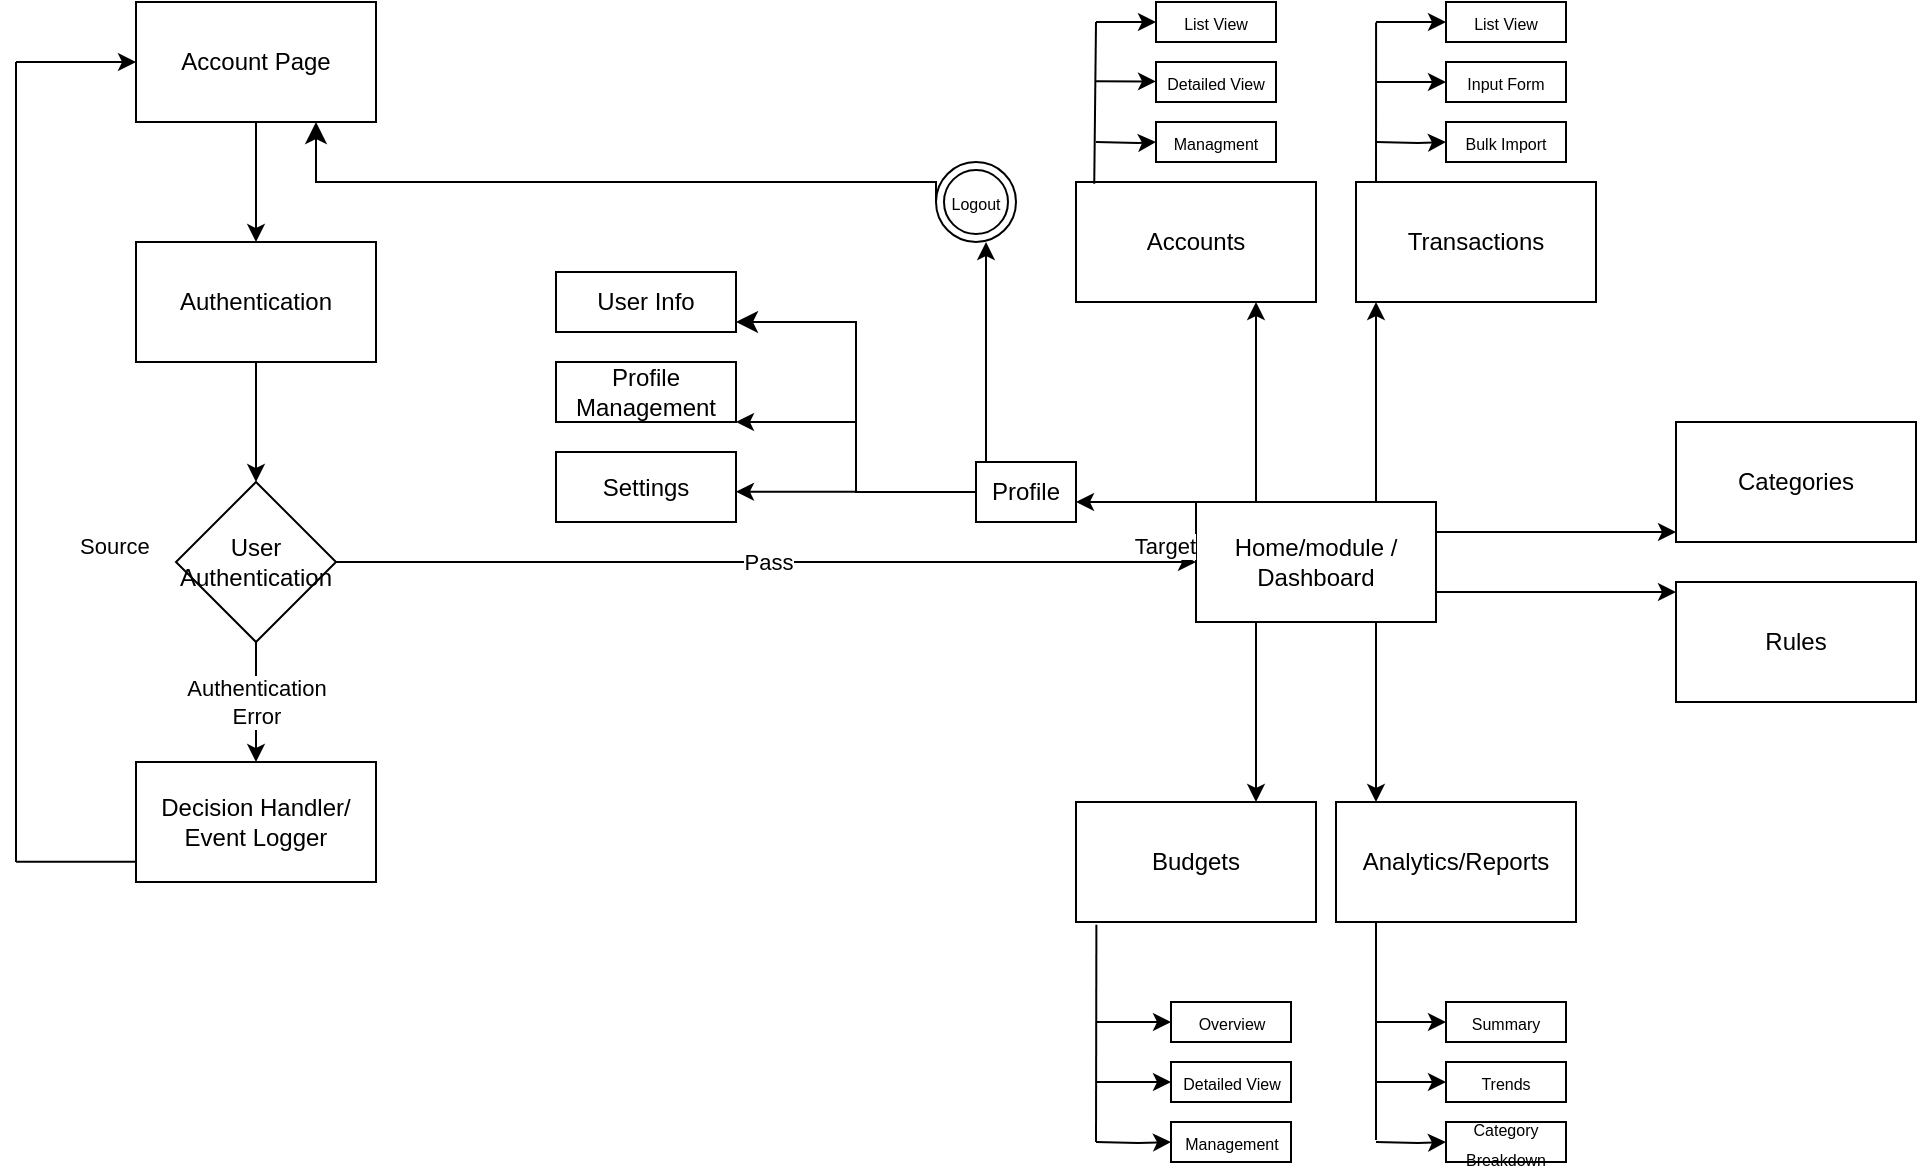
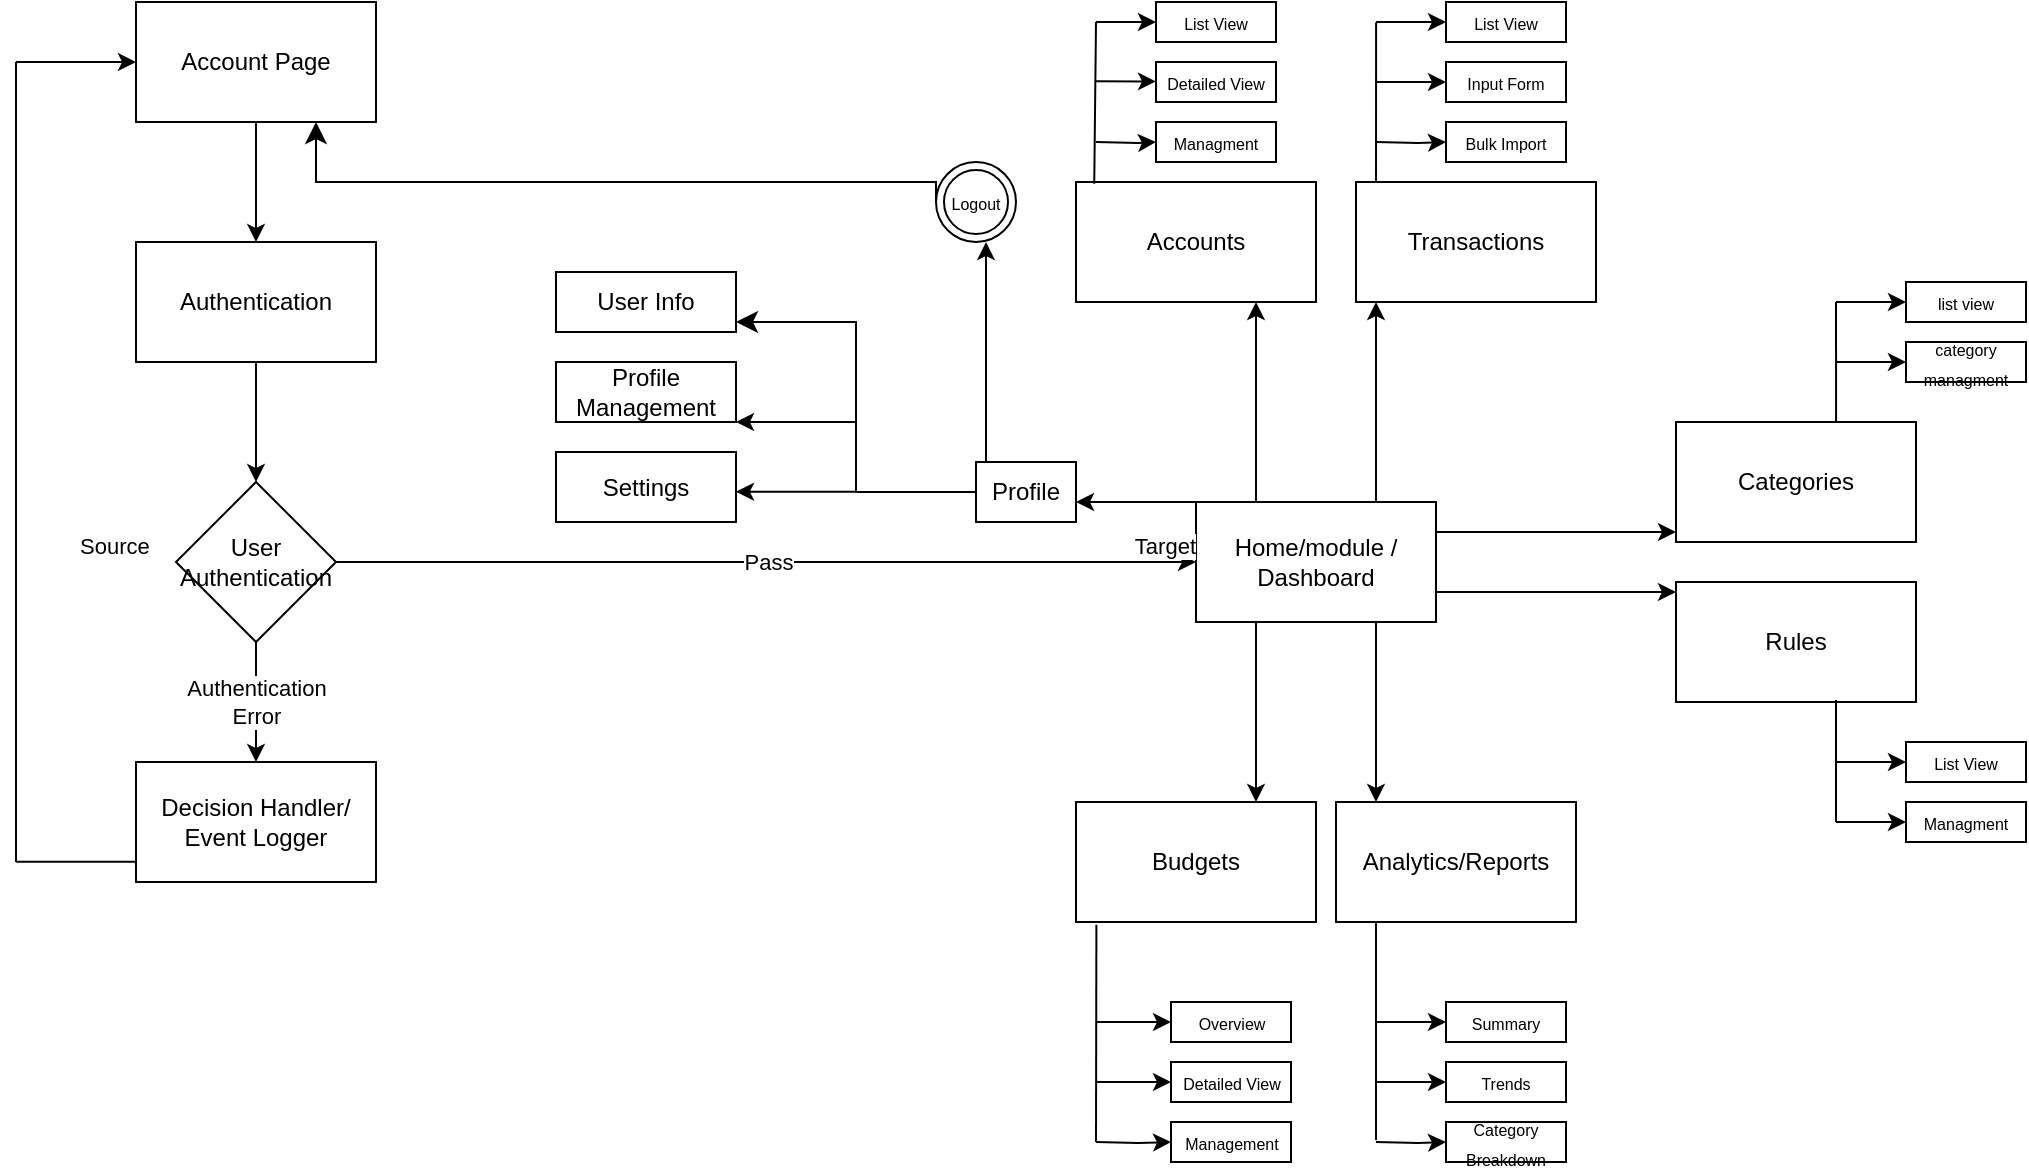
<mxfile host="app.diagrams.net" agent="Mozilla/5.0 (Windows NT 10.0; Win64; x64) AppleWebKit/537.36 (KHTML, like Gecko) Chrome/139.0.0.0 Safari/537.36" version="28.1.0">
  <diagram name="Page-1" id="GulApN4WPxvMzPRhlIXC">
    <mxGraphModel dx="1452" dy="316" grid="1" gridSize="10" guides="1" tooltips="1" connect="1" arrows="1" fold="1" page="1" pageScale="1" pageWidth="850" pageHeight="1100" math="0" shadow="0">
      <root>
        <mxCell id="0" />
        <mxCell id="1" parent="0" />
        <mxCell id="rlmv7btFgNykXjglH9dx-1" value="Account Page" style="rounded=0;whiteSpace=wrap;html=1;" parent="1" vertex="1">
          <mxGeometry x="-250" y="80" width="120" height="60" as="geometry" />
        </mxCell>
        <mxCell id="rlmv7btFgNykXjglH9dx-2" value="" style="endArrow=classic;html=1;rounded=0;exitX=0.5;exitY=1;exitDx=0;exitDy=0;entryX=0.5;entryY=0;entryDx=0;entryDy=0;" parent="1" source="rlmv7btFgNykXjglH9dx-1" target="rlmv7btFgNykXjglH9dx-4" edge="1">
          <mxGeometry width="50" height="50" relative="1" as="geometry">
            <mxPoint x="-180" y="150" as="sourcePoint" />
            <mxPoint x="-30" y="110" as="targetPoint" />
          </mxGeometry>
        </mxCell>
        <mxCell id="rlmv7btFgNykXjglH9dx-4" value="Authentication" style="rounded=0;whiteSpace=wrap;html=1;" parent="1" vertex="1">
          <mxGeometry x="-250" y="200" width="120" height="60" as="geometry" />
        </mxCell>
        <mxCell id="rlmv7btFgNykXjglH9dx-6" value="User Authentication" style="rhombus;whiteSpace=wrap;html=1;" parent="1" vertex="1">
          <mxGeometry x="-230" y="320" width="80" height="80" as="geometry" />
        </mxCell>
        <mxCell id="rlmv7btFgNykXjglH9dx-7" value="" style="endArrow=classic;html=1;rounded=0;exitX=0.5;exitY=1;exitDx=0;exitDy=0;" parent="1" source="rlmv7btFgNykXjglH9dx-4" target="rlmv7btFgNykXjglH9dx-6" edge="1">
          <mxGeometry width="50" height="50" relative="1" as="geometry">
            <mxPoint x="-190" y="280" as="sourcePoint" />
            <mxPoint x="-140" y="230" as="targetPoint" />
          </mxGeometry>
        </mxCell>
        <mxCell id="rlmv7btFgNykXjglH9dx-11" value="Home/module / Dashboard" style="rounded=0;whiteSpace=wrap;html=1;" parent="1" vertex="1">
          <mxGeometry x="280" y="330" width="120" height="60" as="geometry" />
        </mxCell>
        <mxCell id="rlmv7btFgNykXjglH9dx-12" value="Pass" style="endArrow=classic;html=1;rounded=0;entryX=0;entryY=0.5;entryDx=0;entryDy=0;exitX=1;exitY=0.5;exitDx=0;exitDy=0;" parent="1" target="rlmv7btFgNykXjglH9dx-11" edge="1" source="rlmv7btFgNykXjglH9dx-6">
          <mxGeometry x="0.0033" relative="1" as="geometry">
            <mxPoint x="120" y="360" as="sourcePoint" />
            <mxPoint x="240" y="360" as="targetPoint" />
            <mxPoint as="offset" />
          </mxGeometry>
        </mxCell>
        <mxCell id="rlmv7btFgNykXjglH9dx-14" value="Source" style="edgeLabel;resizable=0;html=1;;align=left;verticalAlign=bottom;" parent="rlmv7btFgNykXjglH9dx-12" connectable="0" vertex="1">
          <mxGeometry x="-1" relative="1" as="geometry">
            <mxPoint x="-130" as="offset" />
          </mxGeometry>
        </mxCell>
        <mxCell id="rlmv7btFgNykXjglH9dx-15" value="Target" style="edgeLabel;resizable=0;html=1;;align=right;verticalAlign=bottom;" parent="rlmv7btFgNykXjglH9dx-12" connectable="0" vertex="1">
          <mxGeometry x="1" relative="1" as="geometry" />
        </mxCell>
        <mxCell id="rlmv7btFgNykXjglH9dx-16" value="Decision Handler/ Event Logger" style="rounded=0;whiteSpace=wrap;html=1;" parent="1" vertex="1">
          <mxGeometry x="-250" y="460" width="120" height="60" as="geometry" />
        </mxCell>
        <mxCell id="rlmv7btFgNykXjglH9dx-18" value="" style="endArrow=classic;html=1;rounded=0;exitX=0.5;exitY=1;exitDx=0;exitDy=0;entryX=0.5;entryY=0;entryDx=0;entryDy=0;" parent="1" source="rlmv7btFgNykXjglH9dx-6" target="rlmv7btFgNykXjglH9dx-16" edge="1">
          <mxGeometry relative="1" as="geometry">
            <mxPoint x="-30" y="450" as="sourcePoint" />
            <mxPoint x="130" y="450" as="targetPoint" />
          </mxGeometry>
        </mxCell>
        <mxCell id="rlmv7btFgNykXjglH9dx-19" value="Authentication&lt;div&gt;Error&lt;/div&gt;" style="edgeLabel;resizable=0;html=1;;align=center;verticalAlign=middle;" parent="rlmv7btFgNykXjglH9dx-18" connectable="0" vertex="1">
          <mxGeometry relative="1" as="geometry" />
        </mxCell>
        <mxCell id="rlmv7btFgNykXjglH9dx-24" value="" style="endArrow=classic;html=1;rounded=0;entryX=0;entryY=0.5;entryDx=0;entryDy=0;" parent="1" target="rlmv7btFgNykXjglH9dx-1" edge="1">
          <mxGeometry width="50" height="50" relative="1" as="geometry">
            <mxPoint x="-310" y="110" as="sourcePoint" />
            <mxPoint x="-50" y="240" as="targetPoint" />
          </mxGeometry>
        </mxCell>
        <mxCell id="rlmv7btFgNykXjglH9dx-26" value="" style="endArrow=none;html=1;rounded=0;" parent="1" edge="1">
          <mxGeometry width="50" height="50" relative="1" as="geometry">
            <mxPoint x="-310" y="110" as="sourcePoint" />
            <mxPoint x="-310" y="510" as="targetPoint" />
          </mxGeometry>
        </mxCell>
        <mxCell id="rlmv7btFgNykXjglH9dx-28" value="" style="endArrow=none;html=1;rounded=0;" parent="1" edge="1">
          <mxGeometry width="50" height="50" relative="1" as="geometry">
            <mxPoint x="-310" y="509.86" as="sourcePoint" />
            <mxPoint x="-250" y="509.86" as="targetPoint" />
          </mxGeometry>
        </mxCell>
        <mxCell id="tjxwa1OgpTy0bqbMmFWm-2" value="" style="endArrow=classic;html=1;rounded=0;exitX=0.25;exitY=0;exitDx=0;exitDy=0;entryX=0.75;entryY=1;entryDx=0;entryDy=0;" edge="1" parent="1" source="rlmv7btFgNykXjglH9dx-11" target="tjxwa1OgpTy0bqbMmFWm-3">
          <mxGeometry width="50" height="50" relative="1" as="geometry">
            <mxPoint x="320" y="310" as="sourcePoint" />
            <mxPoint x="340" y="240" as="targetPoint" />
            <Array as="points" />
          </mxGeometry>
        </mxCell>
        <mxCell id="tjxwa1OgpTy0bqbMmFWm-3" value="Accounts" style="rounded=0;whiteSpace=wrap;html=1;" vertex="1" parent="1">
          <mxGeometry x="220" y="170" width="120" height="60" as="geometry" />
        </mxCell>
        <mxCell id="tjxwa1OgpTy0bqbMmFWm-4" value="Budgets" style="rounded=0;whiteSpace=wrap;html=1;" vertex="1" parent="1">
          <mxGeometry x="220" y="480" width="120" height="60" as="geometry" />
        </mxCell>
        <mxCell id="tjxwa1OgpTy0bqbMmFWm-5" value="" style="endArrow=classic;html=1;rounded=0;exitX=0.25;exitY=1;exitDx=0;exitDy=0;entryX=0.75;entryY=0;entryDx=0;entryDy=0;" edge="1" parent="1" source="rlmv7btFgNykXjglH9dx-11" target="tjxwa1OgpTy0bqbMmFWm-4">
          <mxGeometry width="50" height="50" relative="1" as="geometry">
            <mxPoint x="350" y="450" as="sourcePoint" />
            <mxPoint x="280" y="470" as="targetPoint" />
          </mxGeometry>
        </mxCell>
        <mxCell id="tjxwa1OgpTy0bqbMmFWm-6" value="" style="endArrow=classic;html=1;rounded=0;exitX=1;exitY=0.25;exitDx=0;exitDy=0;" edge="1" parent="1" source="rlmv7btFgNykXjglH9dx-11">
          <mxGeometry width="50" height="50" relative="1" as="geometry">
            <mxPoint x="460" y="350" as="sourcePoint" />
            <mxPoint x="520" y="345" as="targetPoint" />
          </mxGeometry>
        </mxCell>
        <mxCell id="tjxwa1OgpTy0bqbMmFWm-7" value="" style="endArrow=classic;html=1;rounded=0;exitX=0.75;exitY=1;exitDx=0;exitDy=0;" edge="1" parent="1" source="rlmv7btFgNykXjglH9dx-11">
          <mxGeometry width="50" height="50" relative="1" as="geometry">
            <mxPoint x="470" y="420" as="sourcePoint" />
            <mxPoint x="370" y="480" as="targetPoint" />
          </mxGeometry>
        </mxCell>
        <mxCell id="tjxwa1OgpTy0bqbMmFWm-8" value="Analytics/Reports" style="rounded=0;whiteSpace=wrap;html=1;" vertex="1" parent="1">
          <mxGeometry x="350" y="480" width="120" height="60" as="geometry" />
        </mxCell>
        <mxCell id="tjxwa1OgpTy0bqbMmFWm-9" value="Categories" style="rounded=0;whiteSpace=wrap;html=1;" vertex="1" parent="1">
          <mxGeometry x="520" y="290" width="120" height="60" as="geometry" />
        </mxCell>
        <mxCell id="tjxwa1OgpTy0bqbMmFWm-10" value="" style="endArrow=classic;html=1;rounded=0;exitX=1;exitY=0.75;exitDx=0;exitDy=0;" edge="1" parent="1" source="rlmv7btFgNykXjglH9dx-11">
          <mxGeometry width="50" height="50" relative="1" as="geometry">
            <mxPoint x="480" y="430" as="sourcePoint" />
            <mxPoint x="520" y="375" as="targetPoint" />
          </mxGeometry>
        </mxCell>
        <mxCell id="tjxwa1OgpTy0bqbMmFWm-11" value="Rules" style="rounded=0;whiteSpace=wrap;html=1;" vertex="1" parent="1">
          <mxGeometry x="520" y="370" width="120" height="60" as="geometry" />
        </mxCell>
        <mxCell id="tjxwa1OgpTy0bqbMmFWm-12" value="" style="endArrow=classic;html=1;rounded=0;exitX=0.75;exitY=0;exitDx=0;exitDy=0;" edge="1" parent="1" source="rlmv7btFgNykXjglH9dx-11">
          <mxGeometry width="50" height="50" relative="1" as="geometry">
            <mxPoint x="380" y="310" as="sourcePoint" />
            <mxPoint x="370" y="230" as="targetPoint" />
          </mxGeometry>
        </mxCell>
        <mxCell id="tjxwa1OgpTy0bqbMmFWm-13" value="Transactions" style="rounded=0;whiteSpace=wrap;html=1;" vertex="1" parent="1">
          <mxGeometry x="360" y="170" width="120" height="60" as="geometry" />
        </mxCell>
        <mxCell id="tjxwa1OgpTy0bqbMmFWm-15" value="" style="endArrow=classic;html=1;rounded=0;exitX=0;exitY=0;exitDx=0;exitDy=0;" edge="1" parent="1" source="rlmv7btFgNykXjglH9dx-11">
          <mxGeometry width="50" height="50" relative="1" as="geometry">
            <mxPoint x="180" y="310" as="sourcePoint" />
            <mxPoint x="220" y="330" as="targetPoint" />
          </mxGeometry>
        </mxCell>
        <mxCell id="tjxwa1OgpTy0bqbMmFWm-16" value="Profile" style="rounded=0;whiteSpace=wrap;html=1;" vertex="1" parent="1">
          <mxGeometry x="170" y="310" width="50" height="30" as="geometry" />
        </mxCell>
        <mxCell id="tjxwa1OgpTy0bqbMmFWm-17" value="" style="endArrow=classic;html=1;rounded=0;exitX=0.5;exitY=0;exitDx=0;exitDy=0;" edge="1" parent="1">
          <mxGeometry width="50" height="50" relative="1" as="geometry">
            <mxPoint x="175" y="310" as="sourcePoint" />
            <mxPoint x="175" y="200" as="targetPoint" />
          </mxGeometry>
        </mxCell>
        <mxCell id="tjxwa1OgpTy0bqbMmFWm-18" value="&lt;font style=&quot;font-size: 8px;&quot;&gt;Logout&lt;/font&gt;" style="ellipse;shape=doubleEllipse;whiteSpace=wrap;html=1;aspect=fixed;" vertex="1" parent="1">
          <mxGeometry x="150" y="160" width="40" height="40" as="geometry" />
        </mxCell>
        <mxCell id="tjxwa1OgpTy0bqbMmFWm-20" value="" style="edgeStyle=elbowEdgeStyle;elbow=vertical;endArrow=classic;html=1;curved=0;rounded=0;endSize=8;startSize=8;entryX=0.75;entryY=1;entryDx=0;entryDy=0;exitX=0;exitY=0.5;exitDx=0;exitDy=0;" edge="1" parent="1" source="tjxwa1OgpTy0bqbMmFWm-18" target="rlmv7btFgNykXjglH9dx-1">
          <mxGeometry width="50" height="50" relative="1" as="geometry">
            <mxPoint x="190" y="160" as="sourcePoint" />
            <mxPoint x="240" y="110" as="targetPoint" />
            <Array as="points">
              <mxPoint x="10" y="170" />
            </Array>
          </mxGeometry>
        </mxCell>
        <mxCell id="tjxwa1OgpTy0bqbMmFWm-25" value="" style="edgeStyle=elbowEdgeStyle;elbow=horizontal;endArrow=classic;html=1;curved=0;rounded=0;endSize=8;startSize=8;exitX=0;exitY=0.5;exitDx=0;exitDy=0;" edge="1" parent="1" source="tjxwa1OgpTy0bqbMmFWm-16">
          <mxGeometry width="50" height="50" relative="1" as="geometry">
            <mxPoint x="110" y="330" as="sourcePoint" />
            <mxPoint x="50" y="240" as="targetPoint" />
          </mxGeometry>
        </mxCell>
        <mxCell id="tjxwa1OgpTy0bqbMmFWm-29" value="" style="endArrow=classic;html=1;rounded=0;" edge="1" parent="1">
          <mxGeometry width="50" height="50" relative="1" as="geometry">
            <mxPoint x="110" y="290" as="sourcePoint" />
            <mxPoint x="50" y="290" as="targetPoint" />
          </mxGeometry>
        </mxCell>
        <mxCell id="tjxwa1OgpTy0bqbMmFWm-30" value="User Info" style="rounded=0;whiteSpace=wrap;html=1;" vertex="1" parent="1">
          <mxGeometry x="-40" y="215" width="90" height="30" as="geometry" />
        </mxCell>
        <mxCell id="tjxwa1OgpTy0bqbMmFWm-31" value="Profile Management" style="rounded=0;whiteSpace=wrap;html=1;" vertex="1" parent="1">
          <mxGeometry x="-40" y="260" width="90" height="30" as="geometry" />
        </mxCell>
        <mxCell id="tjxwa1OgpTy0bqbMmFWm-32" value="" style="endArrow=classic;html=1;rounded=0;" edge="1" parent="1">
          <mxGeometry width="50" height="50" relative="1" as="geometry">
            <mxPoint x="110" y="324.82" as="sourcePoint" />
            <mxPoint x="50" y="324.82" as="targetPoint" />
            <Array as="points" />
          </mxGeometry>
        </mxCell>
        <mxCell id="tjxwa1OgpTy0bqbMmFWm-33" value="Settings" style="rounded=0;whiteSpace=wrap;html=1;" vertex="1" parent="1">
          <mxGeometry x="-40" y="305" width="90" height="35" as="geometry" />
        </mxCell>
        <mxCell id="tjxwa1OgpTy0bqbMmFWm-39" value="" style="endArrow=none;html=1;rounded=0;exitX=0.076;exitY=0.014;exitDx=0;exitDy=0;exitPerimeter=0;" edge="1" parent="1" source="tjxwa1OgpTy0bqbMmFWm-3">
          <mxGeometry width="50" height="50" relative="1" as="geometry">
            <mxPoint x="230" y="140" as="sourcePoint" />
            <mxPoint x="230" y="90" as="targetPoint" />
          </mxGeometry>
        </mxCell>
        <mxCell id="tjxwa1OgpTy0bqbMmFWm-40" value="" style="endArrow=classic;html=1;rounded=0;" edge="1" parent="1" source="tjxwa1OgpTy0bqbMmFWm-41">
          <mxGeometry width="50" height="50" relative="1" as="geometry">
            <mxPoint x="230" y="90" as="sourcePoint" />
            <mxPoint x="280" y="90" as="targetPoint" />
            <Array as="points" />
          </mxGeometry>
        </mxCell>
        <mxCell id="tjxwa1OgpTy0bqbMmFWm-42" value="&lt;font style=&quot;font-size: 8px;&quot;&gt;Detailed View&lt;/font&gt;" style="rounded=0;whiteSpace=wrap;html=1;" vertex="1" parent="1">
          <mxGeometry x="260" y="110" width="60" height="20" as="geometry" />
        </mxCell>
        <mxCell id="tjxwa1OgpTy0bqbMmFWm-45" style="edgeStyle=orthogonalEdgeStyle;rounded=0;orthogonalLoop=1;jettySize=auto;html=1;" edge="1" parent="1" target="tjxwa1OgpTy0bqbMmFWm-44">
          <mxGeometry relative="1" as="geometry">
            <mxPoint x="230" y="150" as="sourcePoint" />
          </mxGeometry>
        </mxCell>
        <mxCell id="tjxwa1OgpTy0bqbMmFWm-44" value="&lt;font style=&quot;font-size: 8px;&quot;&gt;Managment&lt;/font&gt;" style="rounded=0;whiteSpace=wrap;html=1;" vertex="1" parent="1">
          <mxGeometry x="260" y="140" width="60" height="20" as="geometry" />
        </mxCell>
        <mxCell id="tjxwa1OgpTy0bqbMmFWm-47" style="edgeStyle=orthogonalEdgeStyle;rounded=0;orthogonalLoop=1;jettySize=auto;html=1;" edge="1" parent="1">
          <mxGeometry relative="1" as="geometry">
            <mxPoint x="260" y="120" as="targetPoint" />
            <mxPoint x="230" y="119.66" as="sourcePoint" />
          </mxGeometry>
        </mxCell>
        <mxCell id="tjxwa1OgpTy0bqbMmFWm-49" value="" style="endArrow=classic;html=1;rounded=0;" edge="1" parent="1" target="tjxwa1OgpTy0bqbMmFWm-41">
          <mxGeometry width="50" height="50" relative="1" as="geometry">
            <mxPoint x="230" y="90" as="sourcePoint" />
            <mxPoint x="280" y="90" as="targetPoint" />
            <Array as="points" />
          </mxGeometry>
        </mxCell>
        <mxCell id="tjxwa1OgpTy0bqbMmFWm-41" value="&lt;font style=&quot;font-size: 8px;&quot;&gt;List View&lt;/font&gt;" style="rounded=0;whiteSpace=wrap;html=1;" vertex="1" parent="1">
          <mxGeometry x="260" y="80" width="60" height="20" as="geometry" />
        </mxCell>
        <mxCell id="tjxwa1OgpTy0bqbMmFWm-65" value="" style="endArrow=classic;html=1;rounded=0;" edge="1" parent="1" source="tjxwa1OgpTy0bqbMmFWm-71">
          <mxGeometry width="50" height="50" relative="1" as="geometry">
            <mxPoint x="375" y="90" as="sourcePoint" />
            <mxPoint x="425" y="90" as="targetPoint" />
            <Array as="points" />
          </mxGeometry>
        </mxCell>
        <mxCell id="tjxwa1OgpTy0bqbMmFWm-66" value="&lt;font style=&quot;font-size: 8px;&quot;&gt;Input Form&lt;/font&gt;" style="rounded=0;whiteSpace=wrap;html=1;" vertex="1" parent="1">
          <mxGeometry x="405" y="110" width="60" height="20" as="geometry" />
        </mxCell>
        <mxCell id="tjxwa1OgpTy0bqbMmFWm-67" style="edgeStyle=orthogonalEdgeStyle;rounded=0;orthogonalLoop=1;jettySize=auto;html=1;" edge="1" parent="1" target="tjxwa1OgpTy0bqbMmFWm-68">
          <mxGeometry relative="1" as="geometry">
            <mxPoint x="370" y="150" as="sourcePoint" />
          </mxGeometry>
        </mxCell>
        <mxCell id="tjxwa1OgpTy0bqbMmFWm-68" value="&lt;font style=&quot;font-size: 8px;&quot;&gt;Bulk Import&lt;/font&gt;" style="rounded=0;whiteSpace=wrap;html=1;" vertex="1" parent="1">
          <mxGeometry x="405" y="140" width="60" height="20" as="geometry" />
        </mxCell>
        <mxCell id="tjxwa1OgpTy0bqbMmFWm-69" style="edgeStyle=orthogonalEdgeStyle;rounded=0;orthogonalLoop=1;jettySize=auto;html=1;" edge="1" parent="1">
          <mxGeometry relative="1" as="geometry">
            <mxPoint x="405" y="120" as="targetPoint" />
            <mxPoint x="370" y="120" as="sourcePoint" />
          </mxGeometry>
        </mxCell>
        <mxCell id="tjxwa1OgpTy0bqbMmFWm-70" value="" style="endArrow=classic;html=1;rounded=0;" edge="1" parent="1" target="tjxwa1OgpTy0bqbMmFWm-71">
          <mxGeometry width="50" height="50" relative="1" as="geometry">
            <mxPoint x="370" y="90" as="sourcePoint" />
            <mxPoint x="425" y="90" as="targetPoint" />
            <Array as="points" />
          </mxGeometry>
        </mxCell>
        <mxCell id="tjxwa1OgpTy0bqbMmFWm-71" value="&lt;font style=&quot;font-size: 8px;&quot;&gt;List View&lt;/font&gt;" style="rounded=0;whiteSpace=wrap;html=1;" vertex="1" parent="1">
          <mxGeometry x="405" y="80" width="60" height="20" as="geometry" />
        </mxCell>
        <mxCell id="tjxwa1OgpTy0bqbMmFWm-72" value="" style="endArrow=none;html=1;rounded=0;exitX=0.108;exitY=-0.004;exitDx=0;exitDy=0;exitPerimeter=0;" edge="1" parent="1">
          <mxGeometry width="50" height="50" relative="1" as="geometry">
            <mxPoint x="370.00000000000006" y="170.00000000000003" as="sourcePoint" />
            <mxPoint x="370.04" y="90.24" as="targetPoint" />
            <Array as="points">
              <mxPoint x="370.04" y="110.24" />
            </Array>
          </mxGeometry>
        </mxCell>
        <mxCell id="tjxwa1OgpTy0bqbMmFWm-73" value="" style="endArrow=classic;html=1;rounded=0;" edge="1" parent="1" source="tjxwa1OgpTy0bqbMmFWm-79">
          <mxGeometry width="50" height="50" relative="1" as="geometry">
            <mxPoint x="237.5" y="590" as="sourcePoint" />
            <mxPoint x="287.5" y="590" as="targetPoint" />
            <Array as="points" />
          </mxGeometry>
        </mxCell>
        <mxCell id="tjxwa1OgpTy0bqbMmFWm-74" value="&lt;font style=&quot;font-size: 8px;&quot;&gt;Detailed View&lt;/font&gt;" style="rounded=0;whiteSpace=wrap;html=1;" vertex="1" parent="1">
          <mxGeometry x="267.5" y="610" width="60" height="20" as="geometry" />
        </mxCell>
        <mxCell id="tjxwa1OgpTy0bqbMmFWm-75" style="edgeStyle=orthogonalEdgeStyle;rounded=0;orthogonalLoop=1;jettySize=auto;html=1;" edge="1" parent="1" target="tjxwa1OgpTy0bqbMmFWm-76">
          <mxGeometry relative="1" as="geometry">
            <mxPoint x="230" y="650" as="sourcePoint" />
          </mxGeometry>
        </mxCell>
        <mxCell id="tjxwa1OgpTy0bqbMmFWm-76" value="&lt;span style=&quot;font-size: 8px;&quot;&gt;Management&lt;/span&gt;" style="rounded=0;whiteSpace=wrap;html=1;" vertex="1" parent="1">
          <mxGeometry x="267.5" y="640" width="60" height="20" as="geometry" />
        </mxCell>
        <mxCell id="tjxwa1OgpTy0bqbMmFWm-77" style="edgeStyle=orthogonalEdgeStyle;rounded=0;orthogonalLoop=1;jettySize=auto;html=1;" edge="1" parent="1">
          <mxGeometry relative="1" as="geometry">
            <mxPoint x="267.5" y="620" as="targetPoint" />
            <mxPoint x="230" y="620" as="sourcePoint" />
          </mxGeometry>
        </mxCell>
        <mxCell id="tjxwa1OgpTy0bqbMmFWm-78" value="" style="endArrow=classic;html=1;rounded=0;" edge="1" parent="1" target="tjxwa1OgpTy0bqbMmFWm-79">
          <mxGeometry width="50" height="50" relative="1" as="geometry">
            <mxPoint x="230" y="590" as="sourcePoint" />
            <mxPoint x="287.5" y="590" as="targetPoint" />
            <Array as="points" />
          </mxGeometry>
        </mxCell>
        <mxCell id="tjxwa1OgpTy0bqbMmFWm-79" value="&lt;font style=&quot;font-size: 8px;&quot;&gt;Overview&lt;/font&gt;" style="rounded=0;whiteSpace=wrap;html=1;" vertex="1" parent="1">
          <mxGeometry x="267.5" y="580" width="60" height="20" as="geometry" />
        </mxCell>
        <mxCell id="tjxwa1OgpTy0bqbMmFWm-80" value="" style="endArrow=classic;html=1;rounded=0;" edge="1" parent="1" source="tjxwa1OgpTy0bqbMmFWm-86">
          <mxGeometry width="50" height="50" relative="1" as="geometry">
            <mxPoint x="375" y="590" as="sourcePoint" />
            <mxPoint x="425" y="590" as="targetPoint" />
            <Array as="points" />
          </mxGeometry>
        </mxCell>
        <mxCell id="tjxwa1OgpTy0bqbMmFWm-81" value="&lt;font style=&quot;font-size: 8px;&quot;&gt;Trends&lt;/font&gt;" style="rounded=0;whiteSpace=wrap;html=1;" vertex="1" parent="1">
          <mxGeometry x="405" y="610" width="60" height="20" as="geometry" />
        </mxCell>
        <mxCell id="tjxwa1OgpTy0bqbMmFWm-82" style="edgeStyle=orthogonalEdgeStyle;rounded=0;orthogonalLoop=1;jettySize=auto;html=1;" edge="1" parent="1" target="tjxwa1OgpTy0bqbMmFWm-83">
          <mxGeometry relative="1" as="geometry">
            <mxPoint x="370" y="650" as="sourcePoint" />
          </mxGeometry>
        </mxCell>
        <mxCell id="tjxwa1OgpTy0bqbMmFWm-83" value="&lt;font style=&quot;font-size: 8px;&quot;&gt;Category Breakdown&lt;/font&gt;" style="rounded=0;whiteSpace=wrap;html=1;" vertex="1" parent="1">
          <mxGeometry x="405" y="640" width="60" height="20" as="geometry" />
        </mxCell>
        <mxCell id="tjxwa1OgpTy0bqbMmFWm-84" style="edgeStyle=orthogonalEdgeStyle;rounded=0;orthogonalLoop=1;jettySize=auto;html=1;" edge="1" parent="1">
          <mxGeometry relative="1" as="geometry">
            <mxPoint x="405" y="620" as="targetPoint" />
            <mxPoint x="370" y="620" as="sourcePoint" />
          </mxGeometry>
        </mxCell>
        <mxCell id="tjxwa1OgpTy0bqbMmFWm-85" value="" style="endArrow=classic;html=1;rounded=0;" edge="1" parent="1" target="tjxwa1OgpTy0bqbMmFWm-86">
          <mxGeometry width="50" height="50" relative="1" as="geometry">
            <mxPoint x="370" y="590" as="sourcePoint" />
            <mxPoint x="425" y="590" as="targetPoint" />
            <Array as="points" />
          </mxGeometry>
        </mxCell>
        <mxCell id="tjxwa1OgpTy0bqbMmFWm-86" value="&lt;font style=&quot;font-size: 8px;&quot;&gt;Summary&lt;/font&gt;" style="rounded=0;whiteSpace=wrap;html=1;" vertex="1" parent="1">
          <mxGeometry x="405" y="580" width="60" height="20" as="geometry" />
        </mxCell>
        <mxCell id="tjxwa1OgpTy0bqbMmFWm-87" value="" style="endArrow=none;html=1;rounded=0;entryX=0.085;entryY=1.023;entryDx=0;entryDy=0;entryPerimeter=0;" edge="1" parent="1" target="tjxwa1OgpTy0bqbMmFWm-4">
          <mxGeometry width="50" height="50" relative="1" as="geometry">
            <mxPoint x="230" y="650" as="sourcePoint" />
            <mxPoint x="250" y="580" as="targetPoint" />
          </mxGeometry>
        </mxCell>
        <mxCell id="tjxwa1OgpTy0bqbMmFWm-88" value="" style="endArrow=none;html=1;rounded=0;entryX=0.085;entryY=1.023;entryDx=0;entryDy=0;entryPerimeter=0;" edge="1" parent="1">
          <mxGeometry width="50" height="50" relative="1" as="geometry">
            <mxPoint x="370" y="649" as="sourcePoint" />
            <mxPoint x="370" y="540" as="targetPoint" />
          </mxGeometry>
        </mxCell>
+         <mxCell id="tjxwa1OgpTy0bqbMmFWm-89" value="" style="endArrow=classic;html=1;rounded=0;" edge="1" parent="1" source="tjxwa1OgpTy0bqbMmFWm-95">
+           <mxGeometry width="50" height="50" relative="1" as="geometry">
+             <mxPoint x="605" y="230" as="sourcePoint" />
+             <mxPoint x="655" y="230" as="targetPoint" />
+             <Array as="points" />
+           </mxGeometry>
+         </mxCell>
+         <mxCell id="tjxwa1OgpTy0bqbMmFWm-90" value="&lt;font style=&quot;font-size: 8px;&quot;&gt;category managment&lt;/font&gt;" style="rounded=0;whiteSpace=wrap;html=1;" vertex="1" parent="1">
+           <mxGeometry x="635" y="250" width="60" height="20" as="geometry" />
+         </mxCell>
+         <mxCell id="tjxwa1OgpTy0bqbMmFWm-93" style="edgeStyle=orthogonalEdgeStyle;rounded=0;orthogonalLoop=1;jettySize=auto;html=1;" edge="1" parent="1">
+           <mxGeometry relative="1" as="geometry">
+             <mxPoint x="635" y="260" as="targetPoint" />
+             <mxPoint x="600" y="260" as="sourcePoint" />
+           </mxGeometry>
+         </mxCell>
+         <mxCell id="tjxwa1OgpTy0bqbMmFWm-94" value="" style="endArrow=classic;html=1;rounded=0;" edge="1" parent="1" target="tjxwa1OgpTy0bqbMmFWm-95">
+           <mxGeometry width="50" height="50" relative="1" as="geometry">
+             <mxPoint x="600" y="230" as="sourcePoint" />
+             <mxPoint x="655" y="230" as="targetPoint" />
+             <Array as="points" />
+           </mxGeometry>
+         </mxCell>
+         <mxCell id="tjxwa1OgpTy0bqbMmFWm-95" value="&lt;font style=&quot;font-size: 8px;&quot;&gt;list view&lt;/font&gt;" style="rounded=0;whiteSpace=wrap;html=1;" vertex="1" parent="1">
+           <mxGeometry x="635" y="220" width="60" height="20" as="geometry" />
+         </mxCell>
+         <mxCell id="tjxwa1OgpTy0bqbMmFWm-96" value="" style="endArrow=none;html=1;rounded=0;exitX=0.667;exitY=0;exitDx=0;exitDy=0;exitPerimeter=0;" edge="1" parent="1" source="tjxwa1OgpTy0bqbMmFWm-9">
+           <mxGeometry width="50" height="50" relative="1" as="geometry">
+             <mxPoint x="550" y="270" as="sourcePoint" />
+             <mxPoint x="600" y="230" as="targetPoint" />
+           </mxGeometry>
+         </mxCell>
+         <mxCell id="tjxwa1OgpTy0bqbMmFWm-97" value="" style="endArrow=classic;html=1;rounded=0;" edge="1" parent="1" source="tjxwa1OgpTy0bqbMmFWm-101">
+           <mxGeometry width="50" height="50" relative="1" as="geometry">
+             <mxPoint x="605" y="460" as="sourcePoint" />
+             <mxPoint x="655" y="460" as="targetPoint" />
+             <Array as="points" />
+           </mxGeometry>
+         </mxCell>
+         <mxCell id="tjxwa1OgpTy0bqbMmFWm-98" value="&lt;font style=&quot;font-size: 8px;&quot;&gt;Managment&lt;/font&gt;" style="rounded=0;whiteSpace=wrap;html=1;" vertex="1" parent="1">
+           <mxGeometry x="635" y="480" width="60" height="20" as="geometry" />
+         </mxCell>
+         <mxCell id="tjxwa1OgpTy0bqbMmFWm-99" style="edgeStyle=orthogonalEdgeStyle;rounded=0;orthogonalLoop=1;jettySize=auto;html=1;" edge="1" parent="1">
+           <mxGeometry relative="1" as="geometry">
+             <mxPoint x="635" y="490" as="targetPoint" />
+             <mxPoint x="600" y="490" as="sourcePoint" />
+           </mxGeometry>
+         </mxCell>
+         <mxCell id="tjxwa1OgpTy0bqbMmFWm-100" value="" style="endArrow=classic;html=1;rounded=0;" edge="1" parent="1" target="tjxwa1OgpTy0bqbMmFWm-101">
+           <mxGeometry width="50" height="50" relative="1" as="geometry">
+             <mxPoint x="600" y="460" as="sourcePoint" />
+             <mxPoint x="655" y="460" as="targetPoint" />
+             <Array as="points" />
+           </mxGeometry>
+         </mxCell>
+         <mxCell id="tjxwa1OgpTy0bqbMmFWm-101" value="&lt;font style=&quot;font-size: 8px;&quot;&gt;List View&lt;/font&gt;" style="rounded=0;whiteSpace=wrap;html=1;" vertex="1" parent="1">
+           <mxGeometry x="635" y="450" width="60" height="20" as="geometry" />
+         </mxCell>
+         <mxCell id="tjxwa1OgpTy0bqbMmFWm-102" value="" style="endArrow=none;html=1;rounded=0;" edge="1" parent="1">
+           <mxGeometry width="50" height="50" relative="1" as="geometry">
+             <mxPoint x="600" y="490" as="sourcePoint" />
+             <mxPoint x="600" y="429" as="targetPoint" />
+           </mxGeometry>
+         </mxCell>
      </root>
    </mxGraphModel>
  </diagram>
</mxfile>
